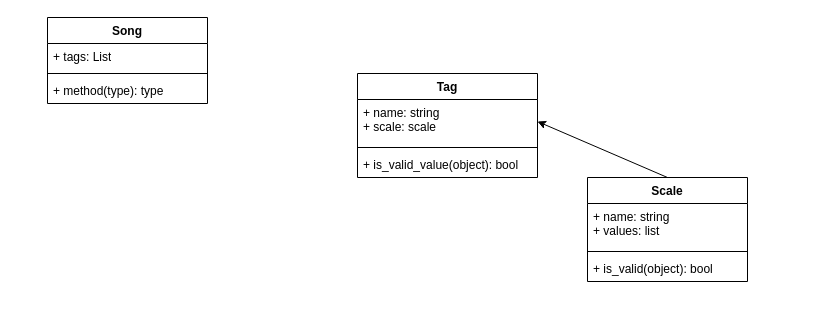
Oegge/dnd-music keeps this draw.io diagram as DnDMusic/DnDMusic/database.drawio. Above is the earlier version. Source tidied: cells renumbered, new cells numbered last; positions are measured from the earlier drawing's top-left corner, leaving out a move shared by most shapes. Both pictures are drawn from the tidied source at 100%, with x=0, y=0 at pixel (47, 17).
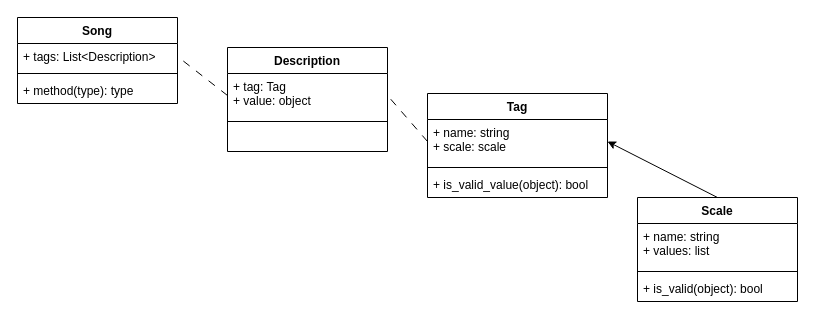
After the change.

Commit message:
Add Description class to drawio

Unchanged cells that the change refers to:
```xml
<mxCell id="12" value="+ name: string&#10;+ scale: scale" style="text;strokeColor=none;fillColor=none;align=left;verticalAlign=top;spacingLeft=4;spacingRight=4;overflow=hidden;points=[[0,0.5],[1,0.5]];portConstraint=eastwest;" parent="11" vertex="1">
  <mxGeometry y="26" width="180" height="44" as="geometry" />
</mxCell>
```

Diff of the diagram source:
```diff
@@
     <mxCell id="2" value="Song" style="swimlane;fontStyle=1;align=center;verticalAlign=top;horizontal=1;startSize=26;whiteSpace=wrap;html=1;" parent="1" vertex="1">
-      <mxGeometry width="160" height="86" as="geometry" />
+      <mxGeometry x="-30" width="160" height="86" as="geometry" />
     </mxCell>
-    <mxCell id="3" value="+ tags: List" style="text;strokeColor=none;fillColor=none;align=left;verticalAlign=top;spacingLeft=4;spacingRight=4;overflow=hidden;points=[[0,0.5],[1,0.5]];portConstraint=eastwest;whiteSpace=wrap;html=1;" parent="2" vertex="1">
+    <mxCell id="3" value="+ tags: List&amp;lt;Description&amp;gt;" style="text;strokeColor=none;fillColor=none;align=left;verticalAlign=top;spacingLeft=4;spacingRight=4;overflow=hidden;points=[[0,0.5],[1,0.5]];portConstraint=eastwest;whiteSpace=wrap;html=1;" parent="2" vertex="1">
       <mxGeometry y="26" width="160" height="26" as="geometry" />
     </mxCell>
@@
     <mxCell id="6" value="Scale" style="swimlane;fontStyle=1;align=center;verticalAlign=top;horizontal=1;startSize=26;" parent="1" vertex="1">
-      <mxGeometry x="540" y="160" width="160" height="104" as="geometry" />
+      <mxGeometry x="590" y="180" width="160" height="104" as="geometry" />
     </mxCell>
@@
     <mxCell id="11" value="Tag" style="swimlane;fontStyle=1;align=center;verticalAlign=top;horizontal=1;startSize=26;" parent="1" vertex="1">
-      <mxGeometry x="310" y="56" width="180" height="104" as="geometry" />
+      <mxGeometry x="380" y="76" width="180" height="104" as="geometry" />
     </mxCell>
@@
+    <mxCell id="15" value="Description" style="swimlane;fontStyle=1;align=center;verticalAlign=top;horizontal=1;startSize=26;" parent="1" vertex="1">
+      <mxGeometry x="180" y="30" width="160" height="104" as="geometry" />
+    </mxCell>
+    <mxCell id="16" value="+ tag: Tag&#10;+ value: object" style="text;strokeColor=none;fillColor=none;align=left;verticalAlign=top;spacingLeft=4;spacingRight=4;overflow=hidden;points=[[0,0.5],[1,0.5]];portConstraint=eastwest;" parent="15" vertex="1">
+      <mxGeometry y="26" width="160" height="44" as="geometry" />
+    </mxCell>
+    <mxCell id="17" style="line;strokeWidth=1;fillColor=none;align=left;verticalAlign=middle;spacingTop=-1;spacingLeft=3;spacingRight=3;labelPosition=right;strokeColor=inherit;" parent="15" vertex="1">
+      <mxGeometry y="70" width="160" height="8" as="geometry" />
+    </mxCell>
+    <mxCell id="18" value=" " style="text;strokeColor=none;fillColor=none;align=left;verticalAlign=top;spacingLeft=4;spacingRight=4;overflow=hidden;" parent="15" vertex="1">
+      <mxGeometry y="78" width="160" height="26" as="geometry" />
+    </mxCell>
+    <mxCell id="19" style="edgeStyle=none;html=1;exitX=0;exitY=0.5;exitDx=0;exitDy=0;entryX=1;entryY=0.5;entryDx=0;entryDy=0;dashed=1;dashPattern=8 8;endArrow=none;endFill=0;" parent="1" edge="1" source="12" target="16">
+      <mxGeometry relative="1" as="geometry" />
+    </mxCell>
+    <mxCell id="20" style="edgeStyle=none;html=1;exitX=0;exitY=0.5;exitDx=0;exitDy=0;entryX=1;entryY=0.5;entryDx=0;entryDy=0;dashed=1;dashPattern=8 8;endArrow=none;endFill=0;" parent="1" edge="1" source="16" target="3">
+      <mxGeometry relative="1" as="geometry" />
+    </mxCell>
```
